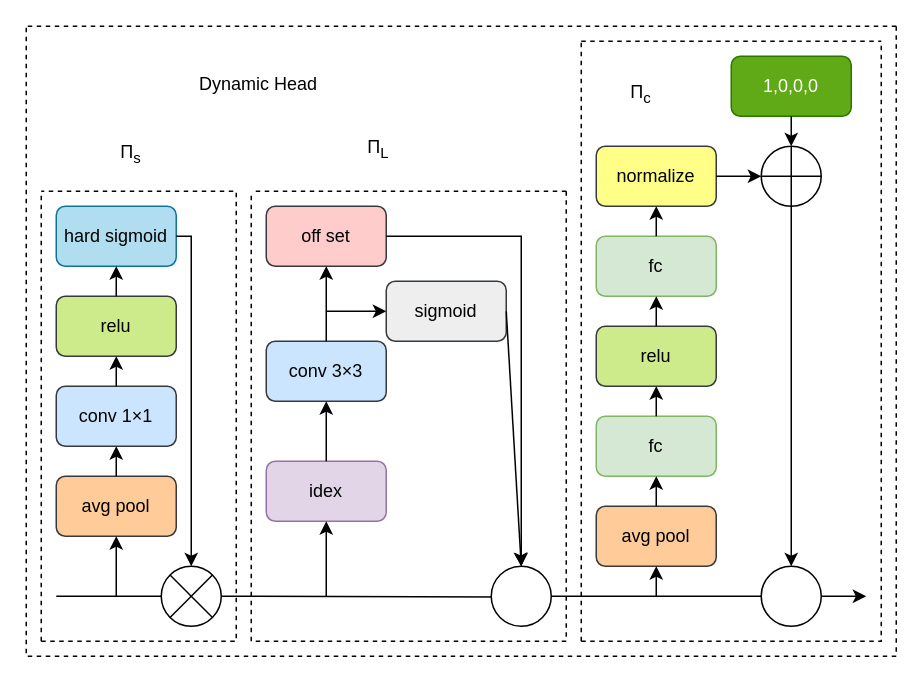
Earlier version of the draw.io diagram DyHead.drawio (lgq622/long). Source tidied: cells renumbered, new cells numbered last; positions are measured from the earlier drawing's top-left corner, leaving out a move shared by most shapes. Both pictures are drawn from the tidied source at 150%, with x=0, y=0 at pixel (26, 26).
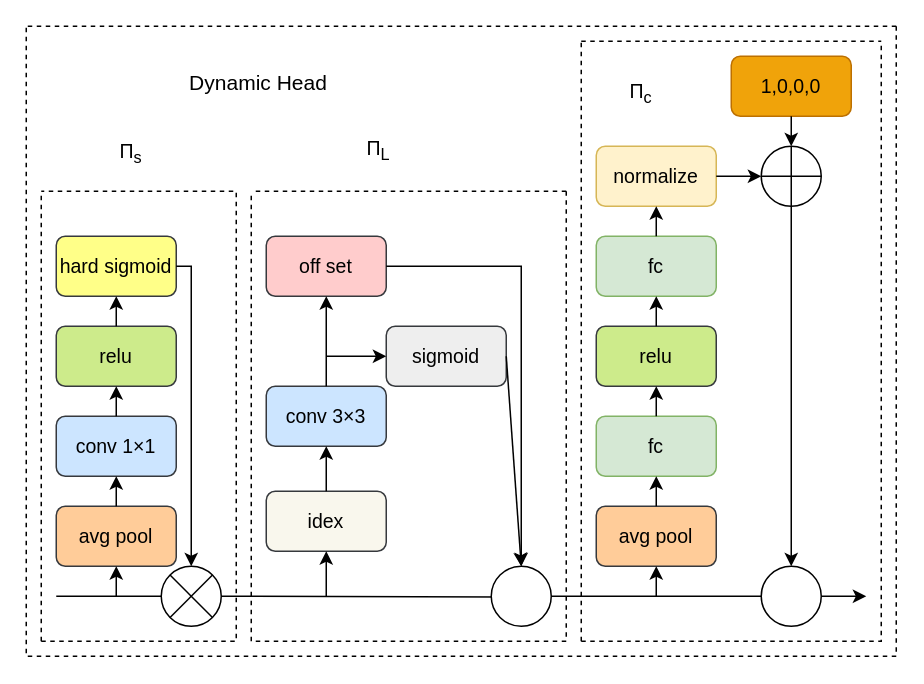
After the change.

The change refers to these unchanged cells:
```xml
<mxCell id="37" style="ellipse;whiteSpace=wrap;html=1;" parent="1" vertex="1">
  <mxGeometry x="90" y="360" width="40" height="40" as="geometry" />
</mxCell>
<mxCell id="41" style="ellipse;whiteSpace=wrap;html=1;" parent="1" vertex="1">
  <mxGeometry x="310" y="360" width="40" height="40" as="geometry" />
</mxCell>
```

Diff of the diagram source:
```diff
@@
-    <mxCell id="2" value="&lt;font&gt;hard&amp;nbsp;&lt;/font&gt;&lt;span style=&quot;background-color: transparent; color: light-dark(rgb(0, 0, 0), rgb(255, 255, 255));&quot;&gt;sigmoid&lt;/span&gt;" style="rounded=1;whiteSpace=wrap;html=1;fillColor=#b1ddf0;strokeColor=#10739e;" parent="1" vertex="1">
-      <mxGeometry x="20" y="120" width="80" height="40" as="geometry" />
+    <mxCell id="2" value="&lt;font style=&quot;font-size: 13px;&quot;&gt;&lt;font&gt;hard&amp;nbsp;&lt;/font&gt;&lt;span style=&quot;background-color: transparent; color: light-dark(rgb(0, 0, 0), rgb(255, 255, 255));&quot;&gt;sigmoid&lt;/span&gt;&lt;/font&gt;" style="rounded=1;whiteSpace=wrap;html=1;fillColor=#ffff88;strokeColor=#36393d;" parent="1" vertex="1">
+      <mxGeometry x="20" y="140" width="80" height="40" as="geometry" />
     </mxCell>
-    <mxCell id="3" value="&lt;font&gt;relu&lt;/font&gt;" style="rounded=1;whiteSpace=wrap;html=1;fillColor=#cdeb8b;strokeColor=#36393d;" parent="1" vertex="1">
-      <mxGeometry x="20" y="180" width="80" height="40" as="geometry" />
+    <mxCell id="3" value="&lt;font style=&quot;font-size: 13px;&quot;&gt;relu&lt;/font&gt;" style="rounded=1;whiteSpace=wrap;html=1;fillColor=#cdeb8b;strokeColor=#36393d;" parent="1" vertex="1">
+      <mxGeometry x="20" y="200" width="80" height="40" as="geometry" />
     </mxCell>
-    <mxCell id="4" value="&lt;font&gt;conv 1×1&lt;/font&gt;" style="rounded=1;whiteSpace=wrap;html=1;fillColor=#cce5ff;strokeColor=#36393d;" parent="1" vertex="1">
-      <mxGeometry x="20" y="240" width="80" height="40" as="geometry" />
+    <mxCell id="4" value="&lt;font style=&quot;font-size: 13px;&quot;&gt;conv 1×1&lt;/font&gt;" style="rounded=1;whiteSpace=wrap;html=1;fillColor=#cce5ff;strokeColor=#36393d;" parent="1" vertex="1">
+      <mxGeometry x="20" y="260" width="80" height="40" as="geometry" />
     </mxCell>
-    <mxCell id="5" value="&lt;font&gt;avg pool&lt;/font&gt;" style="rounded=1;whiteSpace=wrap;html=1;fillColor=#ffcc99;strokeColor=#36393d;" parent="1" vertex="1">
-      <mxGeometry x="20" y="300" width="80" height="40" as="geometry" />
+    <mxCell id="5" value="&lt;font style=&quot;font-size: 13px;&quot;&gt;avg pool&lt;/font&gt;" style="rounded=1;whiteSpace=wrap;html=1;fillColor=#ffcc99;strokeColor=#36393d;" parent="1" vertex="1">
+      <mxGeometry x="20" y="320" width="80" height="40" as="geometry" />
     </mxCell>
-    <mxCell id="6" style="endArrow=classic;html=1;rounded=0;entryX=0.5;entryY=1;entryDx=0;entryDy=0;" parent="1" edge="1" target="5">
+    <mxCell id="6" style="endArrow=classic;html=1;rounded=0;" parent="1" edge="1">
       <mxGeometry relative="1" as="geometry">
         <mxPoint x="60" y="380" as="sourcePoint" />
+        <mxPoint x="60" y="360" as="targetPoint" />
       </mxGeometry>
     </mxCell>
-    <mxCell id="7" style="endArrow=classic;html=1;rounded=0;entryX=0.5;entryY=1;entryDx=0;entryDy=0;exitX=0.5;exitY=0;exitDx=0;exitDy=0;" parent="1" edge="1" source="5" target="4">
-      <mxGeometry relative="1" as="geometry" />
+    <mxCell id="7" style="endArrow=classic;html=1;rounded=0;exitX=0.5;exitY=0;exitDx=0;exitDy=0;" parent="1" edge="1" source="5">
+      <mxGeometry relative="1" as="geometry">
+        <mxPoint x="60" y="300" as="targetPoint" />
+      </mxGeometry>
     </mxCell>
-    <mxCell id="8" style="endArrow=classic;html=1;rounded=0;entryX=0.5;entryY=1;entryDx=0;entryDy=0;exitX=0.5;exitY=0;exitDx=0;exitDy=0;" parent="1" edge="1" source="3" target="2">
-      <mxGeometry relative="1" as="geometry" />
+    <mxCell id="8" style="endArrow=classic;html=1;rounded=0;exitX=0.5;exitY=0;exitDx=0;exitDy=0;" parent="1" edge="1" source="3">
+      <mxGeometry relative="1" as="geometry">
+        <mxPoint x="60" y="180" as="targetPoint" />
+      </mxGeometry>
     </mxCell>
-    <mxCell id="9" style="endArrow=classic;html=1;rounded=0;entryX=0.5;entryY=1;entryDx=0;entryDy=0;exitX=0.5;exitY=0;exitDx=0;exitDy=0;" parent="1" edge="1" source="4" target="3">
-      <mxGeometry relative="1" as="geometry" />
+    <mxCell id="9" style="endArrow=classic;html=1;rounded=0;exitX=0.5;exitY=0;exitDx=0;exitDy=0;" parent="1" edge="1" source="4">
+      <mxGeometry relative="1" as="geometry">
+        <mxPoint x="60" y="240" as="targetPoint" />
+      </mxGeometry>
     </mxCell>
-    <mxCell id="10" value="&lt;font&gt;off set&lt;/font&gt;" style="rounded=1;whiteSpace=wrap;html=1;fillColor=#ffcccc;strokeColor=#36393d;" parent="1" vertex="1">
-      <mxGeometry x="160" y="120" width="80" height="40" as="geometry" />
+    <mxCell id="10" value="&lt;font style=&quot;font-size: 13px;&quot;&gt;off set&lt;/font&gt;" style="rounded=1;whiteSpace=wrap;html=1;fillColor=#ffcccc;strokeColor=#36393d;" parent="1" vertex="1">
+      <mxGeometry x="160" y="140" width="80" height="40" as="geometry" />
     </mxCell>
-    <mxCell id="11" value="&lt;font&gt;sigmoid&lt;/font&gt;" style="rounded=1;whiteSpace=wrap;html=1;fillColor=#eeeeee;strokeColor=#36393d;" parent="1" vertex="1">
-      <mxGeometry x="240" y="170" width="80" height="40" as="geometry" />
+    <mxCell id="11" value="&lt;font style=&quot;font-size: 13px;&quot;&gt;sigmoid&lt;/font&gt;" style="rounded=1;whiteSpace=wrap;html=1;fillColor=#eeeeee;strokeColor=#36393d;" parent="1" vertex="1">
+      <mxGeometry x="240" y="200" width="80" height="40" as="geometry" />
     </mxCell>
-    <mxCell id="12" value="&lt;font&gt;conv 3×3&lt;/font&gt;" style="rounded=1;whiteSpace=wrap;html=1;fillColor=#cce5ff;strokeColor=#36393d;" parent="1" vertex="1">
-      <mxGeometry x="160" y="210" width="80" height="40" as="geometry" />
+    <mxCell id="12" value="&lt;font style=&quot;font-size: 13px;&quot;&gt;conv 3×3&lt;/font&gt;" style="rounded=1;whiteSpace=wrap;html=1;fillColor=#cce5ff;strokeColor=#36393d;" parent="1" vertex="1">
+      <mxGeometry x="160" y="240" width="80" height="40" as="geometry" />
     </mxCell>
-    <mxCell id="13" value="&lt;font&gt;idex&lt;/font&gt;" style="rounded=1;whiteSpace=wrap;html=1;fillColor=#e1d5e7;strokeColor=#9673a6;" parent="1" vertex="1">
-      <mxGeometry x="160" y="290" width="80" height="40" as="geometry" />
+    <mxCell id="13" value="&lt;font style=&quot;font-size: 13px;&quot;&gt;idex&lt;/font&gt;" style="rounded=1;whiteSpace=wrap;html=1;fillColor=#f9f7ed;strokeColor=#36393d;" parent="1" vertex="1">
+      <mxGeometry x="160" y="310" width="80" height="40" as="geometry" />
     </mxCell>
-    <mxCell id="14" style="endArrow=classic;html=1;rounded=0;entryX=0.5;entryY=1;entryDx=0;entryDy=0;" parent="1" edge="1" target="13">
-      <mxGeometry relative="1" as="geometry">
-        <mxPoint x="200" y="380" as="sourcePoint" />
-      </mxGeometry>
-    </mxCell>
-    <mxCell id="15" style="endArrow=classic;html=1;rounded=0;entryX=0.5;entryY=1;entryDx=0;entryDy=0;exitX=0.5;exitY=0;exitDx=0;exitDy=0;" parent="1" edge="1" source="13" target="12">
+    <mxCell id="15" style="endArrow=classic;html=1;rounded=0;exitX=0.5;exitY=0;exitDx=0;exitDy=0;entryX=0.5;entryY=1;entryDx=0;entryDy=0;" parent="1" edge="1" source="13" target="12">
       <mxGeometry relative="1" as="geometry" />
     </mxCell>
-    <mxCell id="16" style="endArrow=classic;html=1;rounded=0;entryX=0.5;entryY=1;entryDx=0;entryDy=0;exitX=0.5;exitY=0;exitDx=0;exitDy=0;" parent="1" edge="1" source="12" target="10">
-      <mxGeometry relative="1" as="geometry" />
+    <mxCell id="16" style="endArrow=classic;html=1;rounded=0;entryX=0.5;entryY=1;entryDx=0;entryDy=0;" parent="1" edge="1" target="10">
+      <mxGeometry relative="1" as="geometry">
+        <mxPoint x="200" y="240" as="sourcePoint" />
+      </mxGeometry>
     </mxCell>
     <mxCell id="17" style="endArrow=classic;html=1;rounded=0;entryX=0;entryY=0.5;entryDx=0;entryDy=0;" parent="1" edge="1" target="11">
       <mxGeometry relative="1" as="geometry">
-        <mxPoint x="200" y="190" as="sourcePoint" />
+        <mxPoint x="200" y="220" as="sourcePoint" />
+        <Array as="points">
+          <mxPoint x="220" y="220" />
+        </Array>
       </mxGeometry>
     </mxCell>
-    <mxCell id="18" value="&lt;font&gt;normalize&lt;/font&gt;" style="rounded=1;whiteSpace=wrap;html=1;fillColor=#ffff88;strokeColor=#36393d;" parent="1" vertex="1">
+    <mxCell id="18" value="&lt;font style=&quot;font-size: 13px;&quot;&gt;normalize&lt;/font&gt;" style="rounded=1;whiteSpace=wrap;html=1;fillColor=#fff2cc;strokeColor=#d6b656;" parent="1" vertex="1">
       <mxGeometry x="380" y="80" width="80" height="40" as="geometry" />
     </mxCell>
-    <mxCell id="19" value="&lt;font&gt;fc&lt;/font&gt;" style="rounded=1;whiteSpace=wrap;html=1;fillColor=#d5e8d4;strokeColor=#82b366;" parent="1" vertex="1">
+    <mxCell id="19" value="&lt;font style=&quot;font-size: 13px;&quot;&gt;fc&lt;/font&gt;" style="rounded=1;whiteSpace=wrap;html=1;fillColor=#d5e8d4;strokeColor=#82b366;" parent="1" vertex="1">
       <mxGeometry x="380" y="140" width="80" height="40" as="geometry" />
     </mxCell>
-    <mxCell id="20" value="&lt;font&gt;relu&lt;/font&gt;" style="rounded=1;whiteSpace=wrap;html=1;fillColor=#cdeb8b;strokeColor=#36393d;" parent="1" vertex="1">
+    <mxCell id="20" value="&lt;font style=&quot;font-size: 13px;&quot;&gt;relu&lt;/font&gt;" style="rounded=1;whiteSpace=wrap;html=1;fillColor=#cdeb8b;strokeColor=#36393d;" parent="1" vertex="1">
       <mxGeometry x="380" y="200" width="80" height="40" as="geometry" />
     </mxCell>
-    <mxCell id="21" value="&lt;font&gt;fc&lt;/font&gt;" style="rounded=1;whiteSpace=wrap;html=1;fillColor=#d5e8d4;strokeColor=#82b366;" parent="1" vertex="1">
+    <mxCell id="21" value="&lt;font style=&quot;font-size: 13px;&quot;&gt;fc&lt;/font&gt;" style="rounded=1;whiteSpace=wrap;html=1;fillColor=#d5e8d4;strokeColor=#82b366;" parent="1" vertex="1">
       <mxGeometry x="380" y="260" width="80" height="40" as="geometry" />
     </mxCell>
-    <mxCell id="22" value="&lt;font&gt;avg pool&lt;/font&gt;" style="rounded=1;whiteSpace=wrap;html=1;fillColor=#ffcc99;strokeColor=#36393d;" parent="1" vertex="1">
+    <mxCell id="22" value="&lt;font style=&quot;font-size: 13px;&quot;&gt;avg pool&lt;/font&gt;" style="rounded=1;whiteSpace=wrap;html=1;fillColor=#ffcc99;strokeColor=#36393d;" parent="1" vertex="1">
       <mxGeometry x="380" y="320" width="80" height="40" as="geometry" />
     </mxCell>
-    <mxCell id="23" value="&lt;font&gt;1,0,0,0&lt;/font&gt;" style="rounded=1;whiteSpace=wrap;html=1;fillColor=#60a917;strokeColor=#2D7600;fontColor=#ffffff;" parent="1" vertex="1">
+    <mxCell id="23" value="&lt;font style=&quot;font-size: 13px;&quot;&gt;1,0,0,0&lt;/font&gt;" style="rounded=1;whiteSpace=wrap;html=1;fillColor=#f0a30a;strokeColor=#BD7000;fontColor=#000000;" parent="1" vertex="1">
       <mxGeometry x="470" y="20" width="80" height="40" as="geometry" />
     </mxCell>
@@
     <mxCell id="36" style="endArrow=classic;html=1;rounded=0;exitX=1;exitY=0.5;exitDx=0;exitDy=0;entryX=0.5;entryY=0;entryDx=0;entryDy=0;" parent="1" edge="1" source="2" target="37">
       <mxGeometry relative="1" as="geometry">
         <Array as="points">
-          <mxPoint x="110" y="140" />
+          <mxPoint x="110" y="160" />
         </Array>
       </mxGeometry>
     </mxCell>
@@
     <mxCell id="43" style="endArrow=classic;html=1;rounded=0;exitX=1;exitY=0.5;exitDx=0;exitDy=0;entryX=0.5;entryY=0;entryDx=0;entryDy=0;" parent="1" edge="1" source="10" target="41">
       <mxGeometry relative="1" as="geometry">
         <Array as="points">
-          <mxPoint x="330" y="140" />
+          <mxPoint x="330" y="160" />
         </Array>
       </mxGeometry>
     </mxCell>
@@
-    <mxCell id="55" value="&lt;h1&gt;&lt;span style=&quot;font-weight: normal;&quot;&gt;&lt;font style=&quot;font-size: 12px;&quot;&gt;Dynamic Head&lt;/font&gt;&lt;/span&gt;&lt;/h1&gt;" style="text;html=1;align=center;verticalAlign=middle;whiteSpace=wrap;rounded=0;" parent="1" vertex="1">
+    <mxCell id="55" value="&lt;h1&gt;&lt;span style=&quot;font-weight: normal;&quot;&gt;&lt;font style=&quot;font-size: 14px;&quot;&gt;Dynamic Head&lt;/font&gt;&lt;/span&gt;&lt;/h1&gt;" style="text;html=1;align=center;verticalAlign=middle;whiteSpace=wrap;rounded=0;" parent="1" vertex="1">
       <mxGeometry x="60" y="20" width="190" height="30" as="geometry" />
     </mxCell>
-    <mxCell id="56" value="&lt;font&gt;Π&lt;sub style=&quot;&quot;&gt;s&lt;/sub&gt;&lt;/font&gt;" style="text;html=1;whiteSpace=wrap;strokeColor=none;fillColor=none;align=center;verticalAlign=middle;rounded=0;" parent="1" vertex="1">
+    <mxCell id="56" value="&lt;font style=&quot;font-size: 13px;&quot;&gt;Π&lt;sub style=&quot;&quot;&gt;s&lt;/sub&gt;&lt;/font&gt;" style="text;html=1;whiteSpace=wrap;strokeColor=none;fillColor=none;align=center;verticalAlign=middle;rounded=0;" parent="1" vertex="1">
       <mxGeometry x="40" y="70" width="60" height="30" as="geometry" />
     </mxCell>
-    <mxCell id="57" value="&lt;div&gt;&lt;font&gt;&lt;br&gt;&lt;/font&gt;&lt;/div&gt;&lt;div&gt;&lt;font&gt;Π&lt;sub style=&quot;&quot;&gt;L&lt;/sub&gt;&lt;/font&gt;&lt;/div&gt;" style="text;html=1;whiteSpace=wrap;strokeColor=none;fillColor=none;align=center;verticalAlign=middle;rounded=0;" parent="1" vertex="1">
+    <mxCell id="57" value="&lt;div&gt;&lt;font style=&quot;font-size: 13px;&quot;&gt;&lt;br&gt;&lt;/font&gt;&lt;/div&gt;&lt;div&gt;&lt;font style=&quot;font-size: 13px;&quot;&gt;Π&lt;sub style=&quot;&quot;&gt;L&lt;/sub&gt;&lt;/font&gt;&lt;/div&gt;" style="text;html=1;whiteSpace=wrap;strokeColor=none;fillColor=none;align=center;verticalAlign=middle;rounded=0;" parent="1" vertex="1">
       <mxGeometry x="205" y="60" width="60" height="30" as="geometry" />
     </mxCell>
-    <mxCell id="58" value="&lt;font&gt;Π&lt;sub style=&quot;&quot;&gt;c&lt;/sub&gt;&lt;/font&gt;" style="text;html=1;whiteSpace=wrap;strokeColor=none;fillColor=none;align=center;verticalAlign=middle;rounded=0;" parent="1" vertex="1">
+    <mxCell id="58" value="&lt;font style=&quot;font-size: 13px;&quot;&gt;Π&lt;sub style=&quot;&quot;&gt;c&lt;/sub&gt;&lt;/font&gt;" style="text;html=1;whiteSpace=wrap;strokeColor=none;fillColor=none;align=center;verticalAlign=middle;rounded=0;" parent="1" vertex="1">
       <mxGeometry x="380" y="30" width="60" height="30" as="geometry" />
     </mxCell>
@@
+    <mxCell id="61" style="endArrow=classic;html=1;rounded=0;entryX=0.5;entryY=1;entryDx=0;entryDy=0;" parent="1" edge="1" target="13">
+      <mxGeometry relative="1" as="geometry">
+        <mxPoint x="200" y="380" as="sourcePoint" />
+      </mxGeometry>
+    </mxCell>
```
